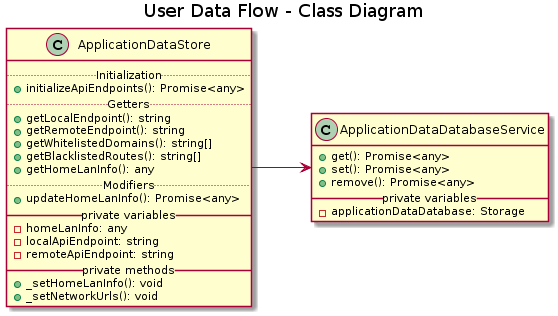
Kadaiser/Memoria-de-Trabajo-de-Fin-de-Grado keeps this PlantUML diagram as figures/diagrams/front/data-flow/app-data.png. Above is the earlier version.
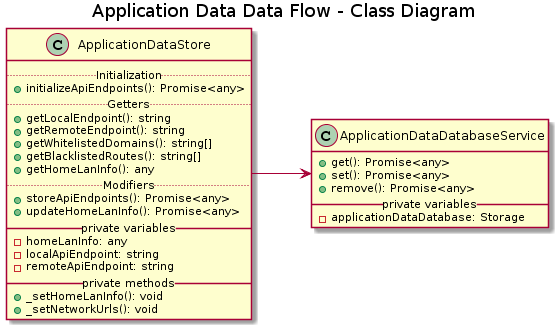
The same diagram one commit later.

The edit, as a diff of the source:
```diff
@@ -1,7 +1,7 @@
 @startuml
 left to right direction
 
-title User Data Flow - Class Diagram
+title Application Data Data Flow - Class Diagram
 
 class ApplicationDataStore {
   .. Initialization ..
@@ -13,6 +13,7 @@
   + getBlacklistedRoutes(): string[]
   + getHomeLanInfo(): any
   .. Modifiers ..
+  + storeApiEndpoints(): Promise<any>
   + updateHomeLanInfo(): Promise<any>
   __ private variables __
   - homeLanInfo: any
```
